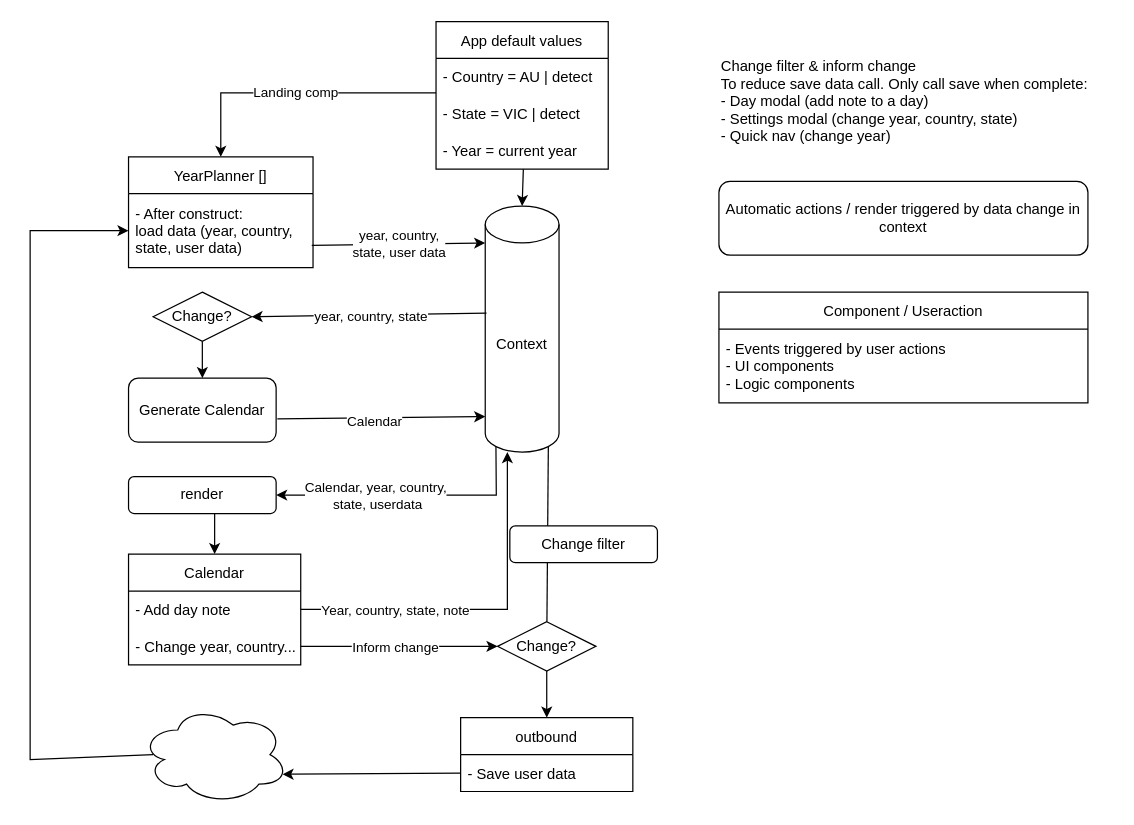
Above: design.drawio in tom-mtdo/year-planner (draw.io), before the change. Source tidied: cells renumbered, new cells numbered last; positions are measured from the earlier drawing's top-left corner, leaving out a move shared by most shapes. Both pictures are drawn from the tidied source at 123%, with x=0, y=0 at pixel (30, 21).
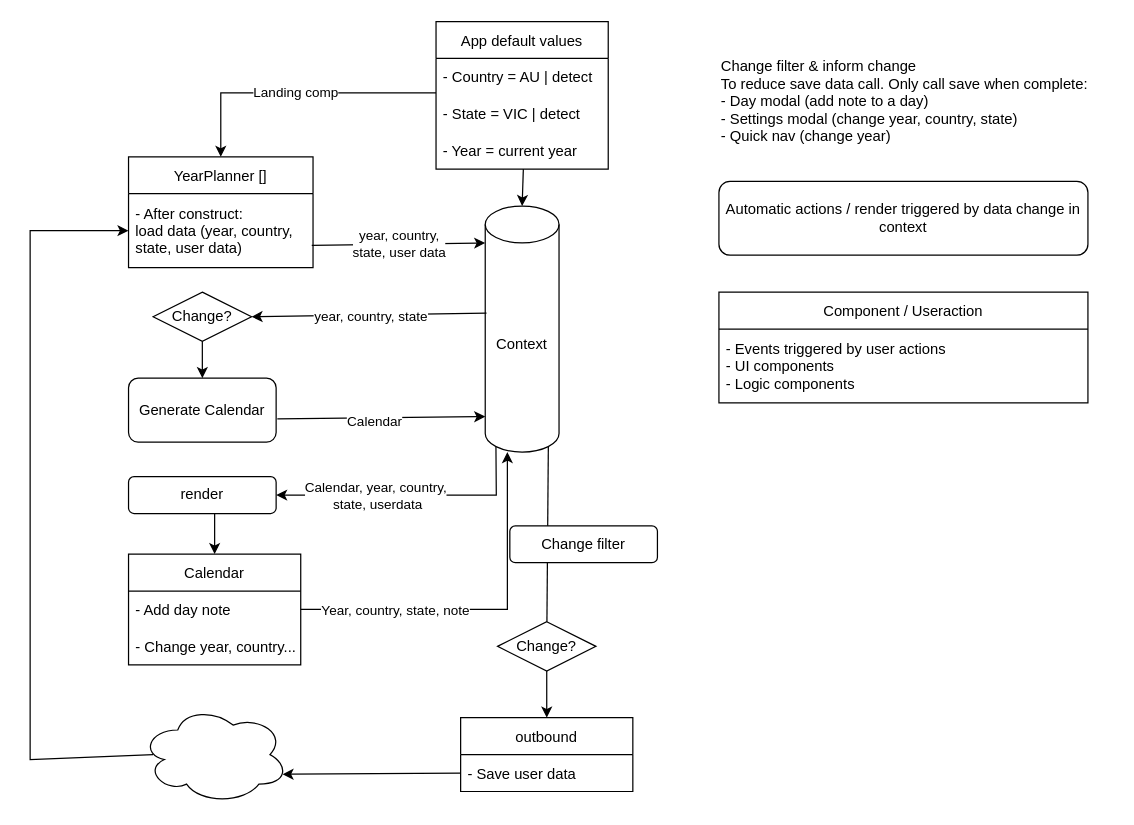
After the change.

Commit message:
release_1.0: save data

Unchanged cells that the change refers to:
```xml
<mxCell id="14" value="- Change year, country..." style="text;strokeColor=none;fillColor=none;align=left;verticalAlign=middle;spacingLeft=4;spacingRight=4;overflow=hidden;points=[[0,0.5],[1,0.5]];portConstraint=eastwest;" parent="12" vertex="1">
  <mxGeometry y="60" width="140" height="30" as="geometry" />
</mxCell>
<mxCell id="27" value="Change?" style="rhombus;whiteSpace=wrap;html=1;" parent="1" vertex="1">
  <mxGeometry x="380" y="488" width="80" height="40" as="geometry" />
</mxCell>
```

What changed in the source:
```diff
@@
-    <mxCell id="25" style="endArrow=classic;html=1;rounded=0;exitX=1;exitY=0.5;exitDx=0;exitDy=0;entryX=0;entryY=0.5;entryDx=0;entryDy=0;" parent="1" edge="1" source="14" target="27">
-      <mxGeometry relative="1" as="geometry" />
-    </mxCell>
-    <mxCell id="26" value="Inform change" style="edgeLabel;html=1;align=center;verticalAlign=middle;" parent="25" vertex="1">
-      <mxGeometry x="-0.05" relative="1" as="geometry" />
-    </mxCell>
```
